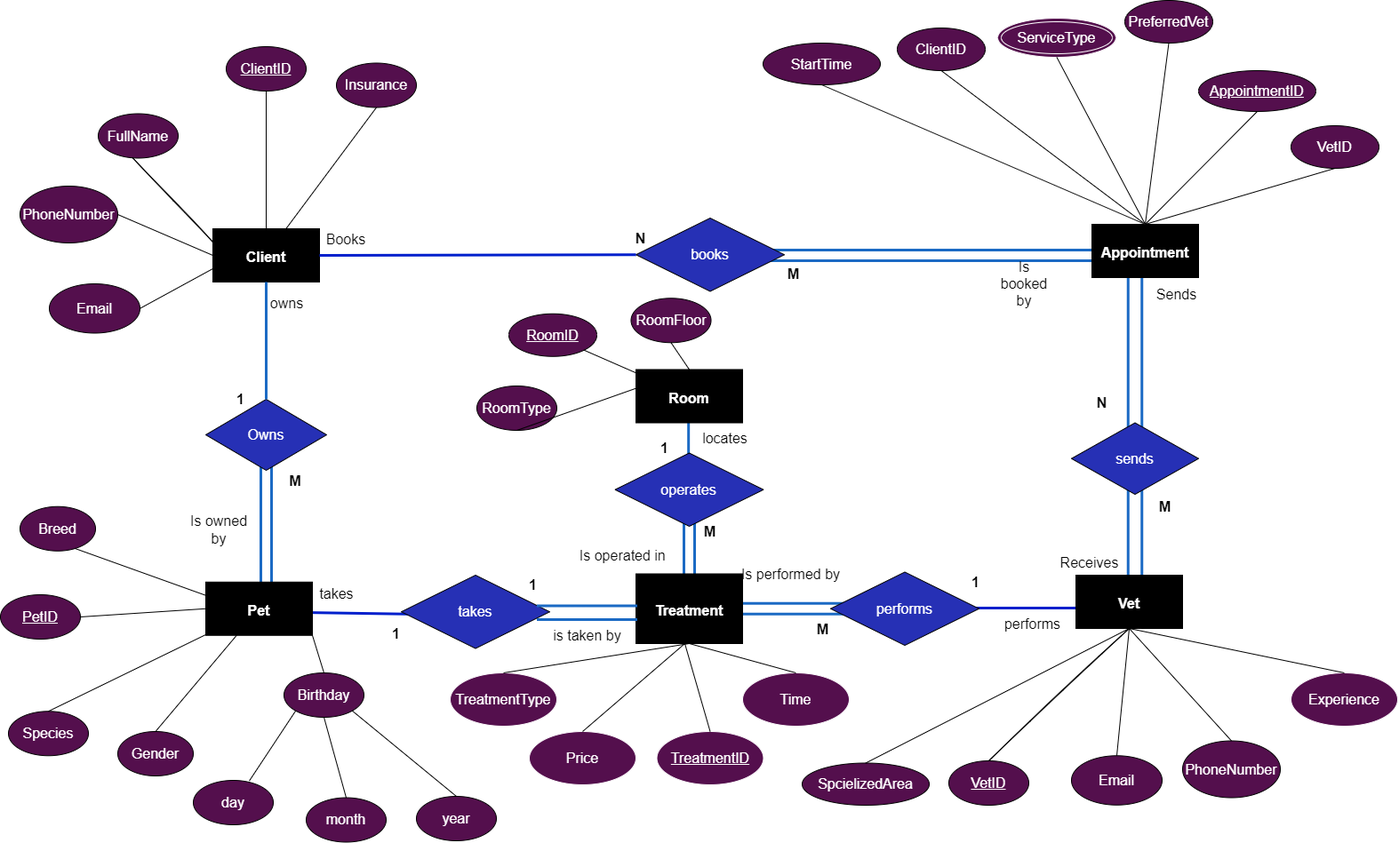
Above: PetClinic.drawio.png in tomztz/SQL-Pet-Clinic (draw.io), before the change. Source tidied: cells renumbered, new cells last; positions are measured from the earlier drawing's top-left corner, leaving out a move shared by most shapes.
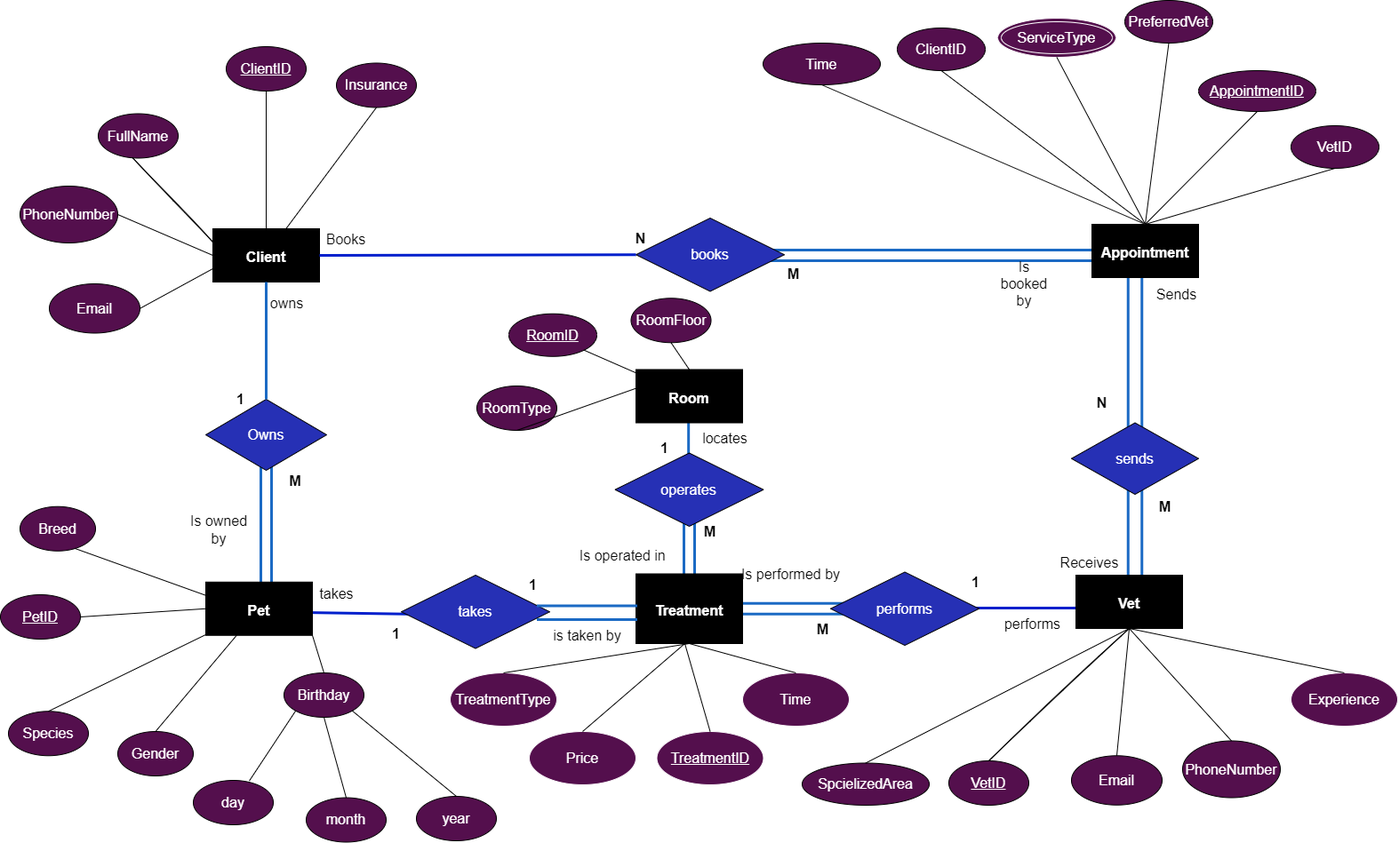
Later version of the same file.

The edit, as a diff of the source:
```diff
@@ -200,7 +200,7 @@
     <mxCell id="64" style="endArrow=none;html=1;rounded=0;shadow=0;sketch=0;fontSize=16;fontColor=#FFFFFF;startSize=6;endSize=6;sourcePerimeterSpacing=0;targetPerimeterSpacing=0;strokeColor=#000000;strokeWidth=1;jumpSize=6;exitX=1;exitY=0.5;exitDx=0;exitDy=0;entryX=0;entryY=0.75;entryDx=0;entryDy=0;" parent="1" edge="1" source="63" target="18">
       <mxGeometry relative="1" as="geometry" />
     </mxCell>
-    <mxCell id="65" value="StartTime" style="ellipse;whiteSpace=wrap;html=1;fontSize=16;fontColor=#FFFFFF;fillColor=#540F4D;" parent="1" vertex="1">
+    <mxCell id="65" value="Time" style="ellipse;whiteSpace=wrap;html=1;fontSize=16;fontColor=#FFFFFF;fillColor=#540F4D;" parent="1" vertex="1">
       <mxGeometry x="858" y="48" width="132" height="47" as="geometry" />
     </mxCell>
     <mxCell id="66" style="endArrow=none;html=1;rounded=0;sketch=0;fontSize=16;fontColor=#000000;startSize=6;endSize=6;sourcePerimeterSpacing=0;strokeWidth=1;jumpSize=6;exitX=0.5;exitY=0;exitDx=0;exitDy=0;entryX=0.5;entryY=1;entryDx=0;entryDy=0;strokeColor=#1A1A1A;" parent="1" edge="1" source="14" target="65">
```
